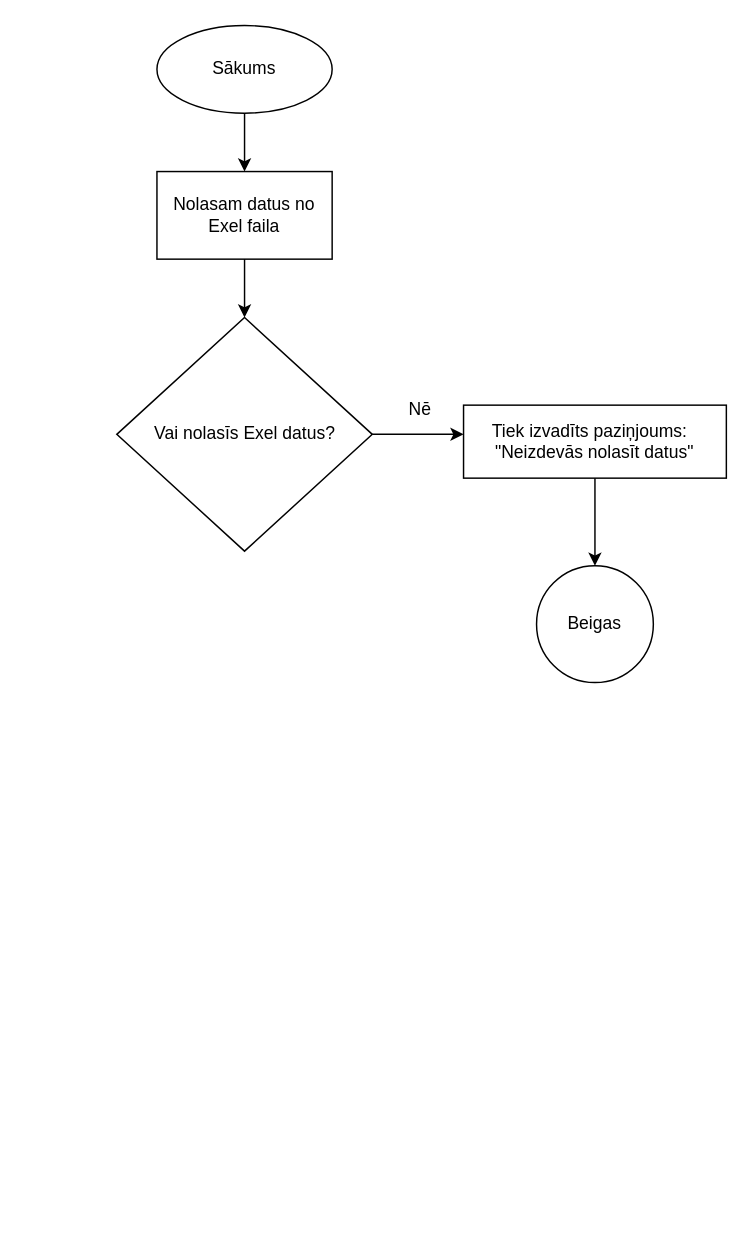
Before: veikals.drawio in Selgascepums/Skola, a draw.io diagram. Source tidied: cells renumbered, new cells numbered last; positions are measured from the earlier drawing's top-left corner, leaving out a move shared by most shapes. Both pictures are drawn from the tidied source at 146%, with x=0, y=0 at pixel (115, 25).
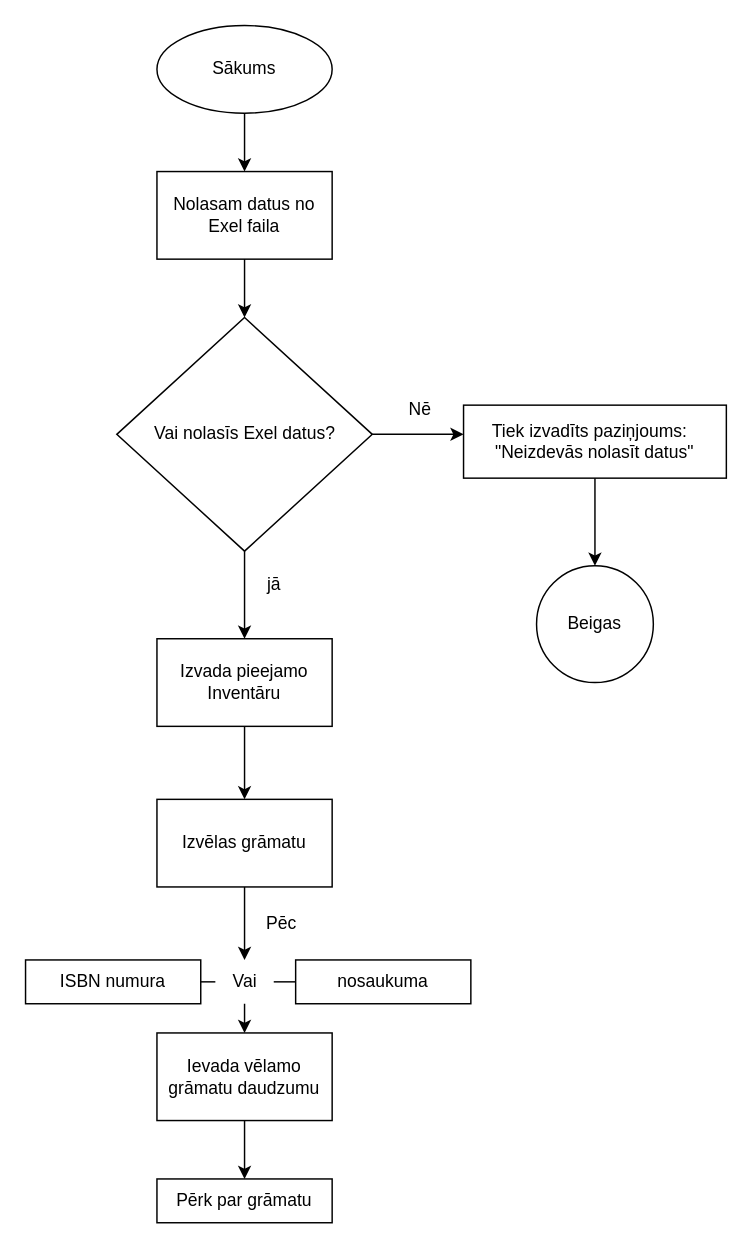
After the change.

The change refers to these unchanged cells:
```xml
<mxCell id="7" value="Vai nolasīs Exel datus?" style="rhombus;whiteSpace=wrap;html=1;" parent="1" vertex="1">
  <mxGeometry x="0.5" y="200" width="175" height="160" as="geometry" />
</mxCell>
```

Diff of the diagram source:
```diff
@@
+    <mxCell id="13" style="endArrow=classic;html=1;rounded=0;exitX=0.5;exitY=1;exitDx=0;exitDy=0;" parent="1" edge="1" source="7">
+      <mxGeometry relative="1" as="geometry">
+        <mxPoint x="88" y="420" as="targetPoint" />
+      </mxGeometry>
+    </mxCell>
+    <mxCell id="14" value="jā" style="text;html=1;align=center;verticalAlign=middle;strokeColor=none;fillColor=none;" parent="1" vertex="1">
+      <mxGeometry x="93" y="368" width="30" height="30" as="geometry" />
+    </mxCell>
+    <mxCell id="15" style="edgeStyle=orthogonalEdgeStyle;rounded=0;jettySize=auto;html=1;" parent="1" edge="1" source="16" target="18">
+      <mxGeometry relative="1" as="geometry" />
+    </mxCell>
+    <mxCell id="16" value="Izvada pieejamo Inventāru" style="rounded=0;whiteSpace=wrap;html=1;" parent="1" vertex="1">
+      <mxGeometry x="28" y="420" width="120" height="60" as="geometry" />
+    </mxCell>
+    <mxCell id="17" style="edgeStyle=orthogonalEdgeStyle;rounded=0;jettySize=auto;html=1;" parent="1" edge="1" source="18" target="24">
+      <mxGeometry relative="1" as="geometry" />
+    </mxCell>
+    <mxCell id="18" value="Izvēlas grāmatu" style="rounded=0;whiteSpace=wrap;html=1;" parent="1" vertex="1">
+      <mxGeometry x="28" y="530" width="120" height="60" as="geometry" />
+    </mxCell>
+    <mxCell id="19" style="endArrow=classic;html=1;rounded=0;exitX=0.5;exitY=1;exitDx=0;exitDy=0;" parent="1" edge="1">
+      <mxGeometry relative="1" as="geometry">
+        <mxPoint x="88" y="620" as="sourcePoint" />
+        <mxPoint x="88" y="620" as="targetPoint" />
+      </mxGeometry>
+    </mxCell>
+    <mxCell id="20" value="ISBN numura" style="rounded=0;whiteSpace=wrap;html=1;" parent="1" vertex="1">
+      <mxGeometry x="-62" y="640" width="120" height="30" as="geometry" />
+    </mxCell>
+    <mxCell id="21" style="endArrow=none;html=1;rounded=0;exitX=1;exitY=0.5;exitDx=0;exitDy=0;" parent="1" edge="1" source="24" target="22">
+      <mxGeometry relative="1" as="geometry" />
+    </mxCell>
+    <mxCell id="22" value="nosaukuma" style="rounded=0;whiteSpace=wrap;html=1;" parent="1" vertex="1">
+      <mxGeometry x="123" y="640" width="120" height="30" as="geometry" />
+    </mxCell>
+    <mxCell id="23" style="endArrow=none;html=1;rounded=0;exitX=1;exitY=0.5;exitDx=0;exitDy=0;" parent="1" edge="1" source="20" target="24">
+      <mxGeometry relative="1" as="geometry" />
+    </mxCell>
+    <mxCell id="24" value="Vai" style="text;html=1;align=center;verticalAlign=middle;points=[];strokeColor=none;fillColor=none;" parent="1" vertex="1">
+      <mxGeometry x="68" y="640" width="40" height="30" as="geometry" />
+    </mxCell>
+    <mxCell id="25" value="Pēc" style="text;html=1;align=center;verticalAlign=middle;strokeColor=none;fillColor=none;" parent="1" vertex="1">
+      <mxGeometry x="93" y="600" width="40" height="30" as="geometry" />
+    </mxCell>
+    <mxCell id="26" style="endArrow=classic;html=1;rounded=0;exitX=0.5;exitY=1;exitDx=0;exitDy=0;exitPerimeter=0;entryX=0.5;entryY=0;entryDx=0;entryDy=0;" parent="1" edge="1" source="24" target="28">
+      <mxGeometry relative="1" as="geometry" />
+    </mxCell>
+    <mxCell id="27" style="edgeStyle=orthogonalEdgeStyle;rounded=0;jettySize=auto;html=1;" parent="1" edge="1" source="28" target="29">
+      <mxGeometry relative="1" as="geometry" />
+    </mxCell>
+    <mxCell id="28" value="Ievada vēlamo grāmatu daudzumu" style="rounded=0;whiteSpace=wrap;html=1;" parent="1" vertex="1">
+      <mxGeometry x="28" y="690" width="120" height="60" as="geometry" />
+    </mxCell>
+    <mxCell id="29" value="Pērk par grāmatu" style="whiteSpace=wrap;html=1;rounded=0;" parent="1" vertex="1">
+      <mxGeometry x="28" y="790" width="120" height="30" as="geometry" />
+    </mxCell>
```
